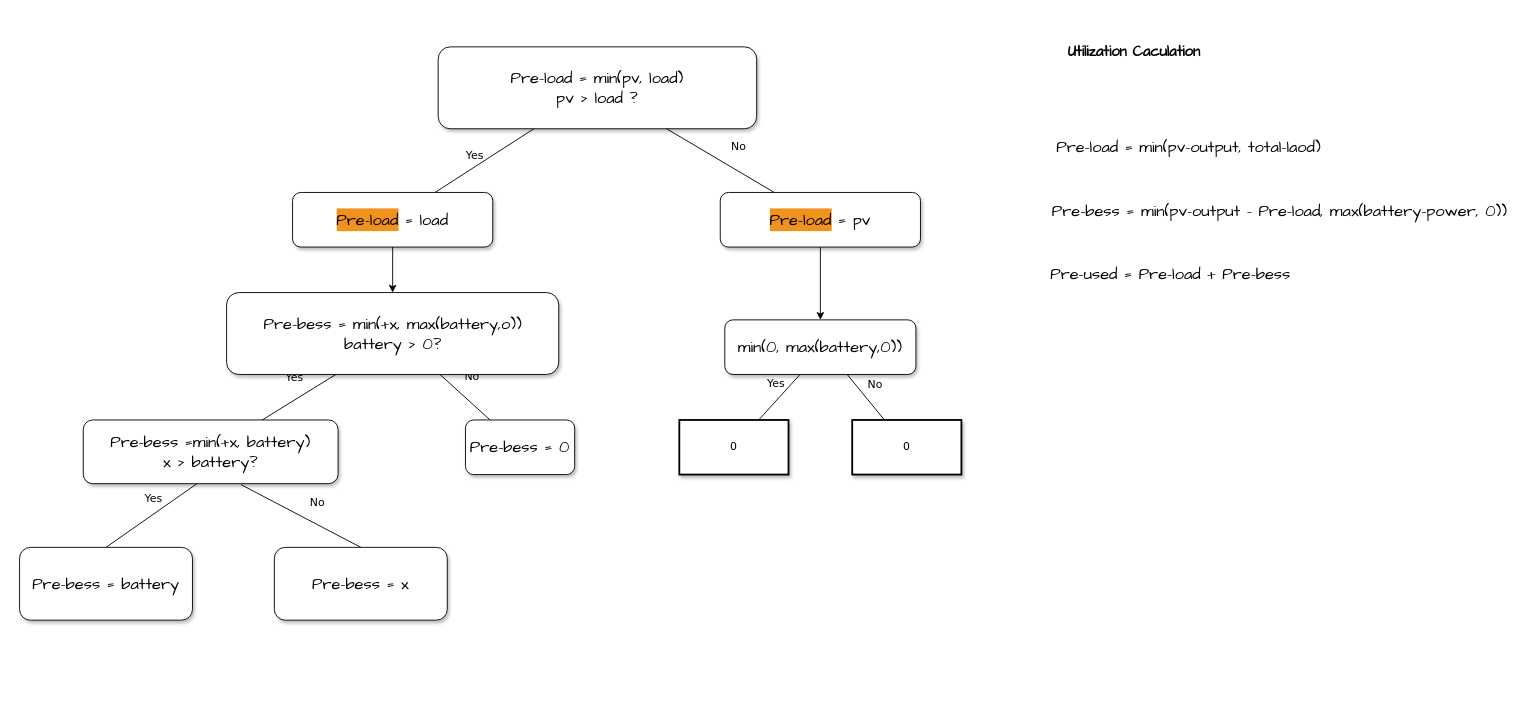
The draw.io diagram page "Page-2" (2 of 2) of emspapermaterial.drawio in Pengyu-Jin/draw.io-projects-file, before the edit. Source tidied: cells renumbered, new cells numbered last; positions are measured from the earlier drawing's top-left corner, leaving out a move shared by most shapes. Both pictures are drawn from the tidied source at 91%, with x=0, y=0 at pixel (19, 19).
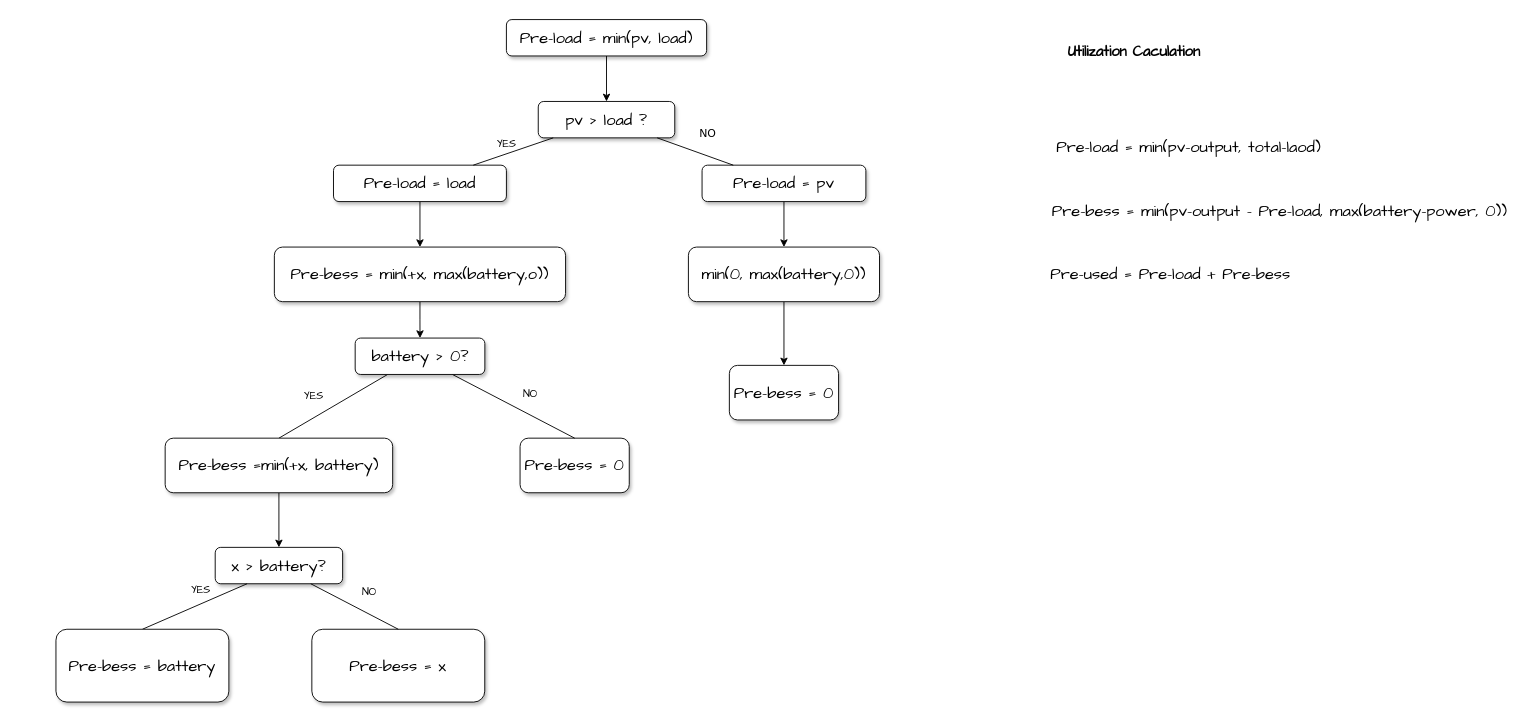
The same page after the edit.

The edit, as a diff of the source:
```diff
@@
-    <mxCell id="2" value="&lt;div&gt;&lt;span style=&quot;font-family: &amp;quot;Comic Sans MS&amp;quot;;&quot;&gt;&lt;font style=&quot;font-size: 18px;&quot;&gt;Pre-load = min(pv, load)&lt;/font&gt;&lt;/span&gt;&lt;/div&gt;&lt;span style=&quot;font-family: &amp;quot;Comic Sans MS&amp;quot;;&quot;&gt;&lt;font style=&quot;font-size: 18px;&quot;&gt;pv &amp;gt; load ?&lt;/font&gt;&lt;/span&gt;" style="whiteSpace=wrap;html=1;rounded=1;shadow=1;labelBackgroundColor=none;strokeWidth=1;fontFamily=Verdana;fontSize=12;align=center;" parent="1" vertex="1">
-      <mxGeometry x="460" y="30" width="350" height="90" as="geometry" />
+    <mxCell id="2" value="&lt;div&gt;&lt;span style=&quot;font-size: 18px; font-family: &amp;quot;Comic Sans MS&amp;quot;; background-color: transparent; color: light-dark(rgb(0, 0, 0), rgb(255, 255, 255));&quot;&gt;pv &amp;gt; load ?&lt;/span&gt;&lt;/div&gt;" style="whiteSpace=wrap;html=1;rounded=1;shadow=1;labelBackgroundColor=none;strokeWidth=1;fontFamily=Verdana;fontSize=12;align=center;" parent="1" vertex="1">
+      <mxGeometry x="570" y="90" width="150" height="40" as="geometry" />
     </mxCell>
-    <mxCell id="3" style="edgeStyle=orthogonalEdgeStyle;rounded=0;jettySize=auto;html=1;" parent="1" edge="1" source="4" target="21">
-      <mxGeometry relative="1" as="geometry" />
-    </mxCell>
+    <mxCell id="27" style="edgeStyle=orthogonalEdgeStyle;rounded=0;jettySize=auto;html=1;exitX=0.5;exitY=1;exitDx=0;exitDy=0;entryX=0.5;entryY=0;entryDx=0;entryDy=0;" parent="1" edge="1" source="4" target="32">
+      <mxGeometry relative="1" as="geometry" />
+    </mxCell>
-    <mxCell id="4" value="&lt;pre&gt;&lt;span style=&quot;font-family: &amp;quot;Comic Sans MS&amp;quot;; font-size: 18px;&quot;&gt;&lt;span style=&quot;background-color: light-dark(rgb(240, 146, 29), rgb(237, 237, 237));&quot;&gt;Pre-load&lt;/span&gt; = load&lt;/span&gt;&lt;/pre&gt;" style="whiteSpace=wrap;html=1;rounded=1;shadow=1;labelBackgroundColor=none;strokeWidth=1;fontFamily=Verdana;fontSize=12;align=center;" parent="1" vertex="1">
-      <mxGeometry x="300" y="190" width="220" height="60" as="geometry" />
+    <mxCell id="4" value="&lt;pre&gt;&lt;span style=&quot;font-family: &amp;quot;Comic Sans MS&amp;quot;; font-size: 18px;&quot;&gt;&lt;span&gt;Pre-load&lt;/span&gt; = load&lt;/span&gt;&lt;/pre&gt;" style="whiteSpace=wrap;html=1;rounded=1;shadow=1;labelBackgroundColor=none;strokeWidth=1;fontFamily=Verdana;fontSize=12;align=center;" parent="1" vertex="1">
+      <mxGeometry x="345" y="160" width="190" height="40" as="geometry" />
     </mxCell>
@@
-    <mxCell id="6" value="&lt;span style=&quot;font-family: &amp;quot;Comic Sans MS&amp;quot;; font-size: 18px;&quot;&gt;&lt;span style=&quot;background-color: light-dark(rgb(240, 146, 29), rgb(237, 237, 237));&quot;&gt;Pre-load&lt;/span&gt; = pv&lt;/span&gt;" style="whiteSpace=wrap;html=1;rounded=1;shadow=1;labelBackgroundColor=none;strokeWidth=1;fontFamily=Verdana;fontSize=12;align=center;" parent="1" vertex="1">
-      <mxGeometry x="770" y="190" width="220" height="60" as="geometry" />
+    <mxCell id="6" value="&lt;span style=&quot;font-family: &amp;quot;Comic Sans MS&amp;quot;; font-size: 18px;&quot;&gt;&lt;span&gt;Pre-load&lt;/span&gt; = pv&lt;/span&gt;" style="whiteSpace=wrap;html=1;rounded=1;shadow=1;labelBackgroundColor=none;strokeWidth=1;fontFamily=Verdana;fontSize=12;align=center;" parent="1" vertex="1">
+      <mxGeometry x="750" y="160" width="180" height="40" as="geometry" />
     </mxCell>
-    <mxCell id="7" value="No" style="rounded=0;html=1;labelBackgroundColor=none;startArrow=none;startFill=0;startSize=5;endArrow=none;endFill=0;endSize=5;jettySize=auto;strokeWidth=1;fontFamily=Verdana;fontSize=12;" parent="1" edge="1" source="2" target="6">
+    <mxCell id="7" value="NO" style="rounded=0;html=1;labelBackgroundColor=none;startArrow=none;startFill=0;startSize=5;endArrow=none;endFill=0;endSize=5;jettySize=auto;strokeWidth=1;fontFamily=Verdana;fontSize=12;" parent="1" edge="1" source="2" target="6">
       <mxGeometry x="0.14" y="23" relative="1" as="geometry" />
     </mxCell>
-    <mxCell id="8" value="Yes" style="rounded=0;html=1;labelBackgroundColor=none;startArrow=none;startFill=0;startSize=5;endArrow=none;endFill=0;endSize=5;jettySize=auto;strokeWidth=1;fontFamily=Verdana;fontSize=12;" parent="1" edge="1" source="2" target="4">
+    <mxCell id="8" value="&lt;font face=&quot;Comic Sans MS&quot;&gt;YES&lt;/font&gt;" style="rounded=0;html=1;labelBackgroundColor=none;startArrow=none;startFill=0;startSize=5;endArrow=none;endFill=0;endSize=5;jettySize=auto;strokeWidth=1;fontFamily=Verdana;fontSize=12;" parent="1" edge="1" source="2" target="4">
       <mxGeometry x="0.1" y="-10" relative="1" as="geometry" />
     </mxCell>
-    <mxCell id="9" value="&lt;span style=&quot;font-family: &amp;quot;Comic Sans MS&amp;quot;; font-size: 18px;&quot;&gt;Pre-bess =min(+x, battery)&lt;/span&gt;&lt;div&gt;&lt;span style=&quot;font-family: &amp;quot;Comic Sans MS&amp;quot;; font-size: 18px;&quot;&gt;x &amp;gt; battery?&lt;/span&gt;&lt;/div&gt;" style="whiteSpace=wrap;html=1;rounded=1;shadow=1;labelBackgroundColor=none;strokeWidth=1;fontFamily=Verdana;fontSize=12;align=center;" parent="1" vertex="1">
-      <mxGeometry x="70" y="440" width="280" height="70" as="geometry" />
+    <mxCell id="9" value="&lt;div&gt;&lt;span style=&quot;font-family: &amp;quot;Comic Sans MS&amp;quot;; font-size: 18px;&quot;&gt;x &amp;gt; battery?&lt;/span&gt;&lt;/div&gt;" style="whiteSpace=wrap;html=1;rounded=1;shadow=1;labelBackgroundColor=none;strokeWidth=1;fontFamily=Verdana;fontSize=12;align=center;" parent="1" vertex="1">
+      <mxGeometry x="215" y="580" width="140" height="40" as="geometry" />
     </mxCell>
     <mxCell id="10" value="&lt;span style=&quot;font-family: &amp;quot;Comic Sans MS&amp;quot;; font-size: 18px;&quot;&gt;Pre-bess = 0&lt;/span&gt;" style="whiteSpace=wrap;html=1;rounded=1;shadow=1;labelBackgroundColor=none;strokeWidth=1;fontFamily=Verdana;fontSize=12;align=center;" parent="1" vertex="1">
-      <mxGeometry x="490" y="440" width="120" height="60" as="geometry" />
+      <mxGeometry x="550" y="460" width="120" height="60" as="geometry" />
     </mxCell>
-    <mxCell id="11" value="&lt;span&gt;0&lt;/span&gt;" style="whiteSpace=wrap;html=1;rounded=0;shadow=1;labelBackgroundColor=none;strokeWidth=2;fontFamily=Verdana;fontSize=12;align=center;" parent="1" vertex="1">
-      <mxGeometry x="725" y="440" width="120" height="60" as="geometry" />
-    </mxCell>
-    <mxCell id="12" value="&lt;span&gt;0&lt;/span&gt;" style="whiteSpace=wrap;html=1;rounded=0;shadow=1;labelBackgroundColor=none;strokeWidth=2;fontFamily=Verdana;fontSize=12;align=center;" parent="1" vertex="1">
-      <mxGeometry x="915" y="440" width="120" height="60" as="geometry" />
-    </mxCell>
-    <mxCell id="13" value="Yes" style="rounded=0;html=1;labelBackgroundColor=none;startArrow=none;startFill=0;startSize=5;endArrow=none;endFill=0;endSize=5;jettySize=auto;strokeWidth=1;fontFamily=Verdana;fontSize=12;" parent="1" edge="1" target="9">
-      <mxGeometry x="0.19" y="-21" relative="1" as="geometry">
-        <mxPoint x="380" y="370" as="sourcePoint" />
-      </mxGeometry>
+    <mxCell id="13" value="&lt;font face=&quot;Comic Sans MS&quot;&gt;YES&lt;/font&gt;" style="rounded=0;html=1;labelBackgroundColor=none;startArrow=none;startFill=0;startSize=5;endArrow=none;endFill=0;endSize=5;jettySize=auto;strokeWidth=1;fontFamily=Verdana;fontSize=12;exitX=0.25;exitY=1;exitDx=0;exitDy=0;entryX=0.5;entryY=0;entryDx=0;entryDy=0;" parent="1" edge="1" source="21" target="35">
+      <mxGeometry x="0.19" y="-21" relative="1" as="geometry" />
     </mxCell>
-    <mxCell id="14" value="No" style="rounded=0;html=1;labelBackgroundColor=none;startArrow=none;startFill=0;startSize=5;endArrow=none;endFill=0;endSize=5;jettySize=auto;strokeWidth=1;fontFamily=Verdana;fontSize=12;" parent="1" edge="1" target="10">
-      <mxGeometry x="0.12" y="21" relative="1" as="geometry">
-        <mxPoint x="440" y="370" as="sourcePoint" />
-      </mxGeometry>
+    <mxCell id="14" value="&lt;font face=&quot;Comic Sans MS&quot;&gt;NO&lt;/font&gt;" style="rounded=0;html=1;labelBackgroundColor=none;startArrow=none;startFill=0;startSize=5;endArrow=none;endFill=0;endSize=5;jettySize=auto;strokeWidth=1;fontFamily=Verdana;fontSize=12;exitX=0.75;exitY=1;exitDx=0;exitDy=0;entryX=0.5;entryY=0;entryDx=0;entryDy=0;" parent="1" edge="1" source="21" target="10">
+      <mxGeometry x="0.12" y="21" relative="1" as="geometry" />
     </mxCell>
-    <mxCell id="15" value="Yes" style="rounded=0;html=1;labelBackgroundColor=none;startArrow=none;startFill=0;startSize=5;endArrow=none;endFill=0;endSize=5;jettySize=auto;strokeWidth=1;fontFamily=Verdana;fontSize=12;" parent="1" edge="1" target="11">
-      <mxGeometry x="-0.26" y="-13" relative="1" as="geometry">
-        <mxPoint x="857.7" y="390" as="sourcePoint" />
-      </mxGeometry>
-    </mxCell>
-    <mxCell id="16" value="No" style="rounded=0;html=1;labelBackgroundColor=none;startArrow=none;startFill=0;startSize=5;endArrow=none;endFill=0;endSize=5;jettySize=auto;strokeWidth=1;fontFamily=Verdana;fontSize=12;" parent="1" edge="1" target="12">
-      <mxGeometry x="-0.13" y="17" relative="1" as="geometry">
-        <mxPoint x="909.5" y="390" as="sourcePoint" />
-      </mxGeometry>
-    </mxCell>
@@
-    <mxCell id="21" value="&lt;span style=&quot;font-family: &amp;quot;Comic Sans MS&amp;quot;; font-size: 18px;&quot;&gt;Pre-bess = min(+x, max(battery,o))&lt;/span&gt;&lt;div&gt;&lt;span style=&quot;font-family: &amp;quot;Comic Sans MS&amp;quot;; font-size: 18px;&quot;&gt;battery &amp;gt; 0?&lt;/span&gt;&lt;/div&gt;" style="whiteSpace=wrap;html=1;rounded=1;shadow=1;labelBackgroundColor=none;strokeWidth=1;fontFamily=Verdana;fontSize=12;align=center;" parent="1" vertex="1">
-      <mxGeometry x="227.5" y="300" width="365" height="90" as="geometry" />
+    <mxCell id="21" value="&lt;div&gt;&lt;span style=&quot;font-family: &amp;quot;Comic Sans MS&amp;quot;; font-size: 18px;&quot;&gt;battery &amp;gt; 0?&lt;/span&gt;&lt;/div&gt;" style="whiteSpace=wrap;html=1;rounded=1;shadow=1;labelBackgroundColor=none;strokeWidth=1;fontFamily=Verdana;fontSize=12;align=center;" parent="1" vertex="1">
+      <mxGeometry x="368.8" y="350" width="142.5" height="40" as="geometry" />
     </mxCell>
+    <mxCell id="28" style="edgeStyle=orthogonalEdgeStyle;rounded=0;jettySize=auto;html=1;exitX=0.5;exitY=1;exitDx=0;exitDy=0;entryX=0.5;entryY=0;entryDx=0;entryDy=0;" parent="1" edge="1" source="22" target="33">
+      <mxGeometry relative="1" as="geometry" />
+    </mxCell>
     <mxCell id="22" value="&lt;span style=&quot;font-family: &amp;quot;Comic Sans MS&amp;quot;; font-size: 18px;&quot;&gt;min(0, max(battery,0))&lt;/span&gt;" style="whiteSpace=wrap;html=1;rounded=1;shadow=1;labelBackgroundColor=none;strokeWidth=1;fontFamily=Verdana;fontSize=12;align=center;" parent="1" vertex="1">
-      <mxGeometry x="775" y="330" width="210" height="60" as="geometry" />
+      <mxGeometry x="735" y="250" width="210" height="60" as="geometry" />
     </mxCell>
-    <mxCell id="23" value="Yes" style="rounded=0;html=1;labelBackgroundColor=none;startArrow=none;startFill=0;startSize=5;endArrow=none;endFill=0;endSize=5;jettySize=auto;strokeWidth=1;fontFamily=Verdana;fontSize=12;entryX=0.5;entryY=0;entryDx=0;entryDy=0;" parent="1" edge="1" target="24">
-      <mxGeometry x="-0.2" y="-14" relative="1" as="geometry">
-        <mxPoint x="195" y="510" as="sourcePoint" />
-      </mxGeometry>
+    <mxCell id="23" value="&lt;font face=&quot;Comic Sans MS&quot;&gt;YES&lt;/font&gt;" style="rounded=0;html=1;labelBackgroundColor=none;startArrow=none;startFill=0;startSize=5;endArrow=none;endFill=0;endSize=5;jettySize=auto;strokeWidth=1;fontFamily=Verdana;fontSize=12;entryX=0.5;entryY=0;entryDx=0;entryDy=0;exitX=0.25;exitY=1;exitDx=0;exitDy=0;" parent="1" edge="1" source="9" target="24">
+      <mxGeometry x="-0.2" y="-14" relative="1" as="geometry" />
     </mxCell>
     <mxCell id="24" value="&lt;span style=&quot;font-family: &amp;quot;Comic Sans MS&amp;quot;; font-size: 18px;&quot;&gt;Pre-bess = battery&lt;/span&gt;" style="whiteSpace=wrap;html=1;rounded=1;shadow=1;labelBackgroundColor=none;strokeWidth=1;fontFamily=Verdana;fontSize=12;align=center;" parent="1" vertex="1">
-      <mxGeometry y="580" width="190" height="80" as="geometry" />
+      <mxGeometry x="40" y="670" width="190" height="80" as="geometry" />
     </mxCell>
     <mxCell id="25" value="&lt;span style=&quot;font-family: &amp;quot;Comic Sans MS&amp;quot;; font-size: 18px;&quot;&gt;Pre-bess = x&lt;/span&gt;" style="whiteSpace=wrap;html=1;rounded=1;shadow=1;labelBackgroundColor=none;strokeWidth=1;fontFamily=Verdana;fontSize=12;align=center;" parent="1" vertex="1">
-      <mxGeometry x="280" y="580" width="190" height="80" as="geometry" />
+      <mxGeometry x="321.2" y="670" width="190" height="80" as="geometry" />
     </mxCell>
-    <mxCell id="26" value="No" style="rounded=0;html=1;labelBackgroundColor=none;startArrow=none;startFill=0;startSize=5;endArrow=none;endFill=0;endSize=5;jettySize=auto;strokeWidth=1;fontFamily=Verdana;fontSize=12;exitX=0.619;exitY=1.015;exitDx=0;exitDy=0;exitPerimeter=0;entryX=0.5;entryY=0;entryDx=0;entryDy=0;" parent="1" edge="1" source="9" target="25">
+    <mxCell id="26" value="&lt;font face=&quot;Comic Sans MS&quot;&gt;NO&lt;/font&gt;" style="rounded=0;html=1;labelBackgroundColor=none;startArrow=none;startFill=0;startSize=5;endArrow=none;endFill=0;endSize=5;jettySize=auto;strokeWidth=1;fontFamily=Verdana;fontSize=12;entryX=0.5;entryY=0;entryDx=0;entryDy=0;exitX=0.75;exitY=1;exitDx=0;exitDy=0;" parent="1" edge="1" source="9" target="25">
       <mxGeometry x="0.12" y="21" relative="1" as="geometry" />
     </mxCell>
+    <mxCell id="29" style="edgeStyle=orthogonalEdgeStyle;rounded=0;jettySize=auto;html=1;exitX=0.5;exitY=1;exitDx=0;exitDy=0;entryX=0.5;entryY=0;entryDx=0;entryDy=0;" parent="1" edge="1" source="30" target="2">
+      <mxGeometry relative="1" as="geometry" />
+    </mxCell>
+    <mxCell id="30" value="&lt;div&gt;&lt;span style=&quot;font-family: &amp;quot;Comic Sans MS&amp;quot;;&quot;&gt;&lt;font style=&quot;font-size: 18px;&quot;&gt;Pre-load = min(pv, load)&lt;/font&gt;&lt;/span&gt;&lt;/div&gt;" style="whiteSpace=wrap;html=1;rounded=1;shadow=1;labelBackgroundColor=none;strokeWidth=1;fontFamily=Verdana;fontSize=12;align=center;" parent="1" vertex="1">
+      <mxGeometry x="535" width="220" height="40" as="geometry" />
+    </mxCell>
+    <mxCell id="31" style="edgeStyle=orthogonalEdgeStyle;rounded=0;jettySize=auto;html=1;exitX=0.5;exitY=1;exitDx=0;exitDy=0;entryX=0.5;entryY=0;entryDx=0;entryDy=0;" parent="1" edge="1" source="32" target="21">
+      <mxGeometry relative="1" as="geometry" />
+    </mxCell>
+    <mxCell id="32" value="&lt;span style=&quot;font-family: &amp;quot;Comic Sans MS&amp;quot;; font-size: 18px;&quot;&gt;Pre-bess = min(+x, max(battery,o))&lt;/span&gt;" style="whiteSpace=wrap;html=1;rounded=1;shadow=1;labelBackgroundColor=none;strokeWidth=1;fontFamily=Verdana;fontSize=12;align=center;" parent="1" vertex="1">
+      <mxGeometry x="280" y="250" width="320" height="60" as="geometry" />
+    </mxCell>
+    <mxCell id="33" value="&lt;span style=&quot;font-family: &amp;quot;Comic Sans MS&amp;quot;; font-size: 18px;&quot;&gt;Pre-bess = 0&lt;/span&gt;" style="whiteSpace=wrap;html=1;rounded=1;shadow=1;labelBackgroundColor=none;strokeWidth=1;fontFamily=Verdana;fontSize=12;align=center;" parent="1" vertex="1">
+      <mxGeometry x="780" y="380" width="120" height="60" as="geometry" />
+    </mxCell>
+    <mxCell id="34" style="edgeStyle=orthogonalEdgeStyle;rounded=0;jettySize=auto;html=1;exitX=0.5;exitY=1;exitDx=0;exitDy=0;entryX=0.5;entryY=0;entryDx=0;entryDy=0;" parent="1" edge="1" source="35" target="9">
+      <mxGeometry relative="1" as="geometry" />
+    </mxCell>
+    <mxCell id="35" value="&lt;span style=&quot;font-family: &amp;quot;Comic Sans MS&amp;quot;; font-size: 18px;&quot;&gt;Pre-bess =min(+x, battery)&lt;/span&gt;" style="whiteSpace=wrap;html=1;rounded=1;shadow=1;labelBackgroundColor=none;strokeWidth=1;fontFamily=Verdana;fontSize=12;align=center;" parent="1" vertex="1">
+      <mxGeometry x="160" y="460" width="250" height="60" as="geometry" />
+    </mxCell>
```
